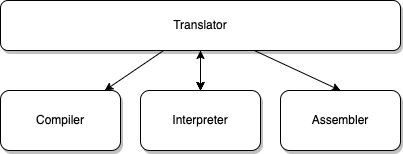
The draw.io diagram Img/101_translator.png in uwspstar/FullStack, before a commit. Source tidied: cells renumbered, new cells last; positions are measured from the earlier drawing's top-left corner, leaving out a move shared by most shapes.
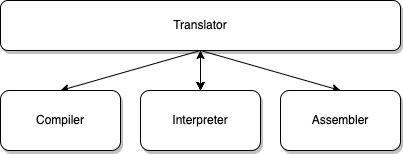
The same diagram one commit later.

The edit, as a diff of the source:
```diff
@@ -2,10 +2,10 @@
   <root>
     <mxCell id="0" />
     <mxCell id="1" parent="0" />
-    <mxCell id="2" style="edgeStyle=none;html=1;fontSize=14;fontColor=#000000;strokeColor=#000000;" parent="1" edge="1" source="7" target="8">
+    <mxCell id="2" style="edgeStyle=none;html=1;fontSize=14;fontColor=#000000;strokeColor=#000000;exitX=0.5;exitY=1;exitDx=0;exitDy=0;entryX=0.5;entryY=0;entryDx=0;entryDy=0;" parent="1" edge="1" source="7" target="8">
       <mxGeometry relative="1" as="geometry" />
     </mxCell>
-    <mxCell id="3" style="edgeStyle=none;html=1;fontSize=14;fontColor=#000000;entryX=0.5;entryY=0;entryDx=0;entryDy=0;strokeColor=#000000;" parent="1" edge="1" source="7" target="10">
+    <mxCell id="3" style="edgeStyle=none;html=1;fontSize=14;fontColor=#000000;entryX=0.5;entryY=0;entryDx=0;entryDy=0;strokeColor=#000000;exitX=0.5;exitY=1;exitDx=0;exitDy=0;" parent="1" edge="1" source="7" target="10">
       <mxGeometry relative="1" as="geometry" />
     </mxCell>
     <mxCell id="4" style="edgeStyle=none;html=1;fontSize=14;fontColor=#000000;" parent="1" edge="1" source="7" target="9">
```
